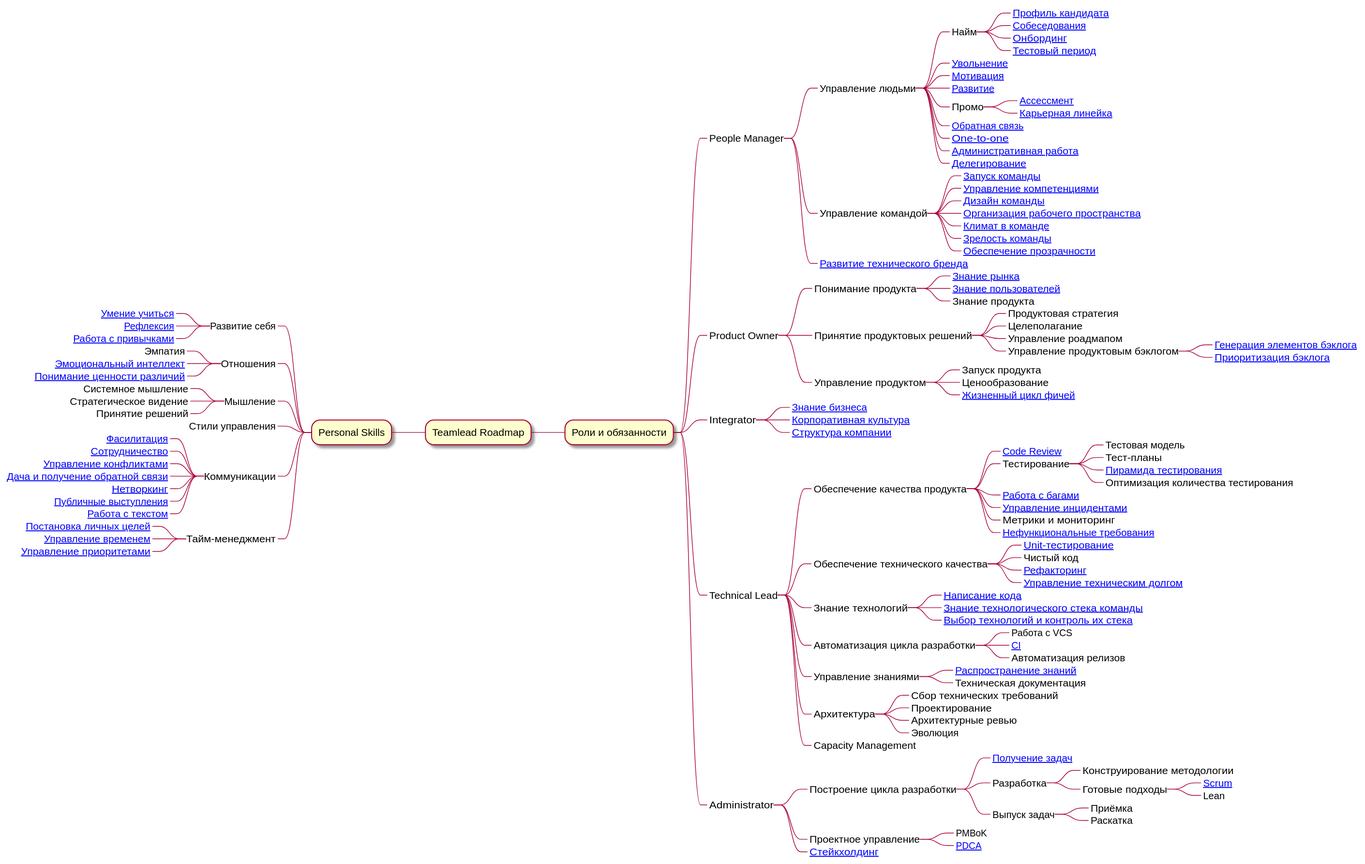
tlbootcamp/tlroadmap keeps this PlantUML diagram as roadmap.svg. Above is the earlier version.
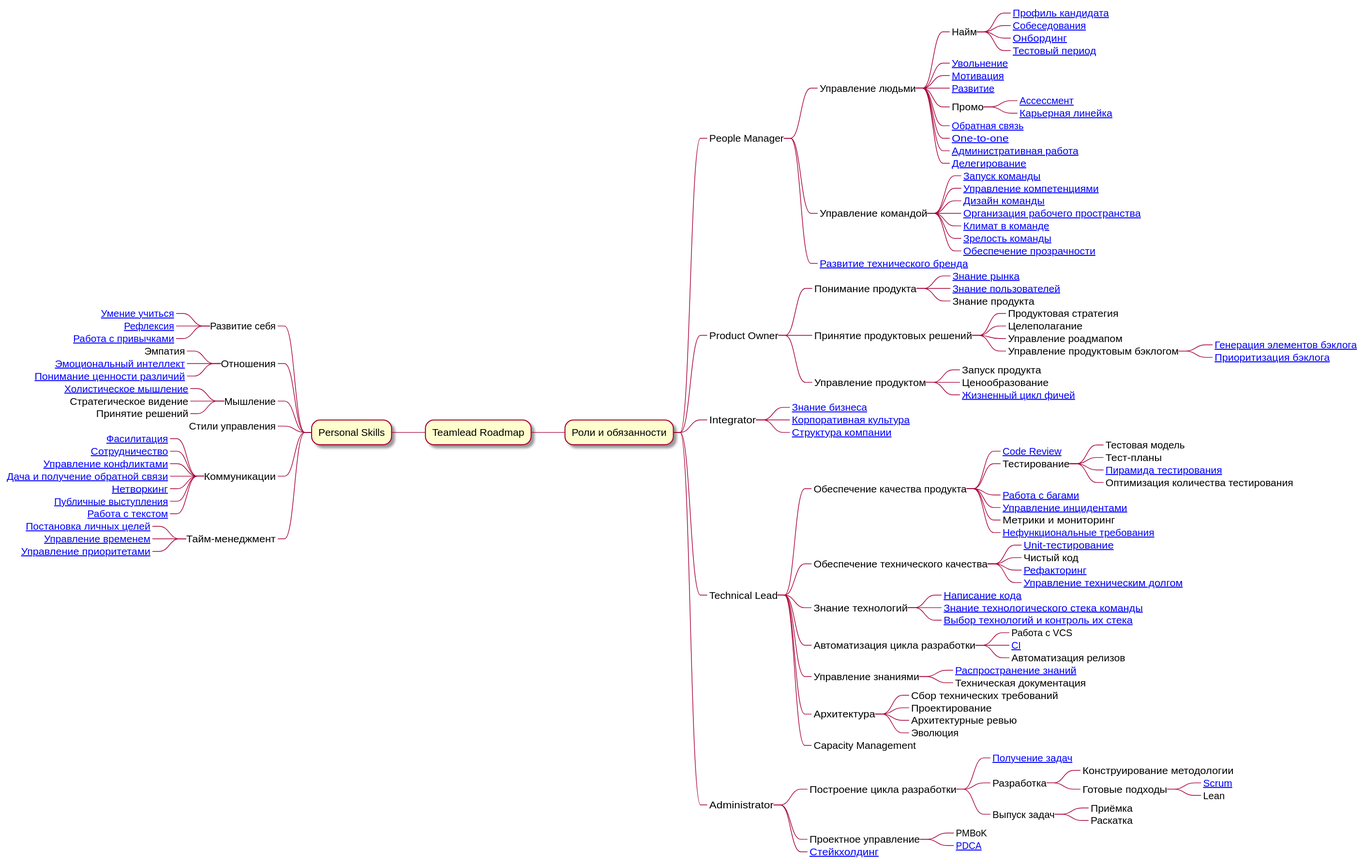
Above is the later version.

Commit message:
Описал ветку "Холистическое мышление"

The edit, as a diff of the source:
```diff
@@ -109,7 +109,7 @@
 ****_ [[https://github.com/tlbootcamp/tlroadmap/blob/master/skills/self-improvement/emotional-intelligence.md Эмоциональный интеллект]]
 ****_ [[https://github.com/tlbootcamp/tlroadmap/blob/master/skills/self-improvement/diversity.md Понимание ценности различий]]
 ***_ Мышление
-****_ Системное мышление
+****_ [[https://github.com/tlbootcamp/tlroadmap/blob/master/skills/self-improvement/holistic-thinking.md Холистическое мышление]]
 ****_ Стратегическое видение
 ****_ Принятие решений
 ***_ Стили управления
```
